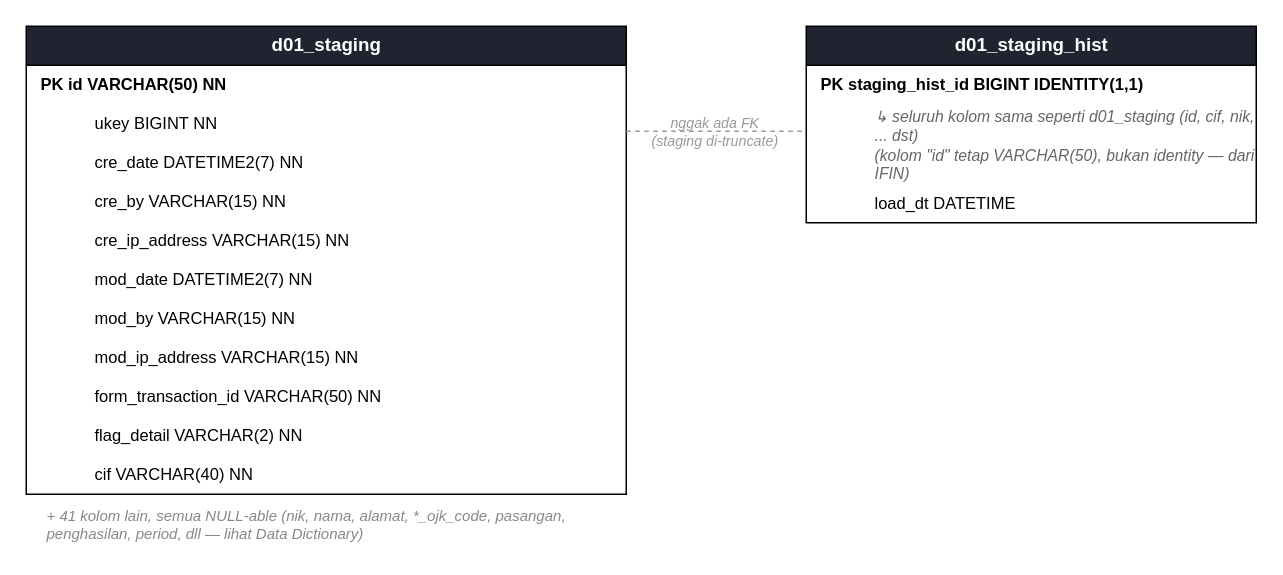
Before: diagrams/slik-erd-crowsfoot.drawio in mcellina/flow_process_1, a draw.io diagram. Source tidied: cells renumbered, new cells numbered last; positions are measured from the earlier drawing's top-left corner, leaving out a move shared by most shapes. Both pictures are drawn from the tidied source at 150%, with x=0, y=0 at pixel (26, 26).
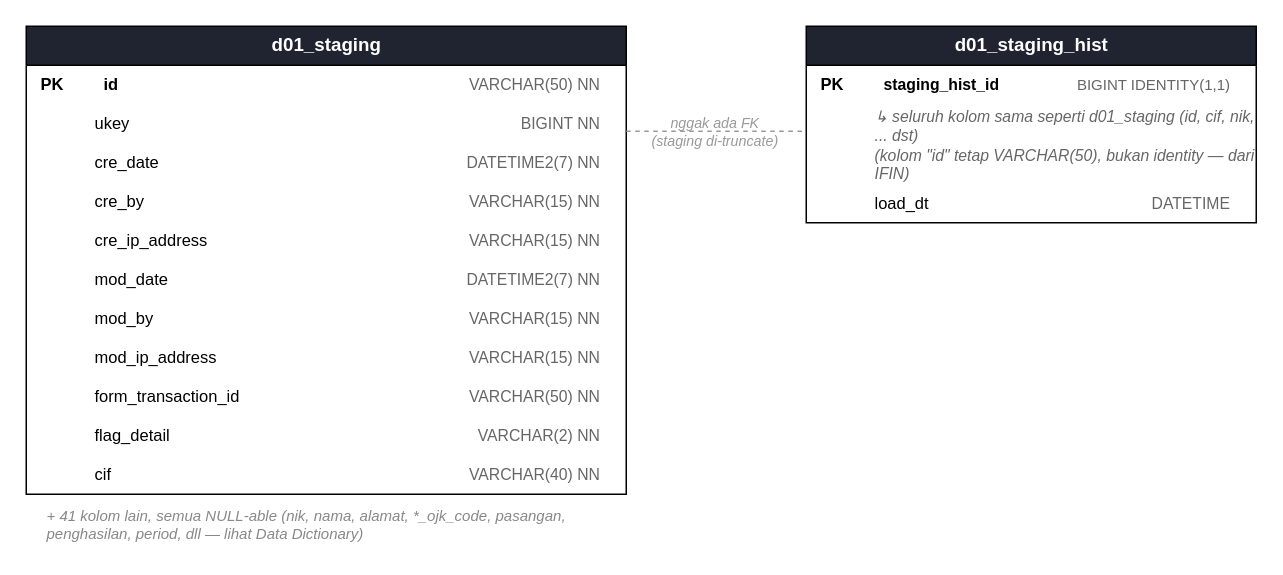
After the change.

Commit message:
Split name/type into separate cells for real right-alignment

Padding a single text string with spaces only lines up in a
monospace font; draw.io's default font isn't monospace, so it
drifted. Each row is now two (or three, with a PK label) separate
cells so the type column right-aligns properly regardless of font.

Claude-Session: https://claude.ai/code/session_014C9kGdJkWi39x56LKuje1F

The change refers to these unchanged cells:
```xml
<mxCell id="2" value="d01_staging" style="swimlane;html=1;fontStyle=1;fontColor=#ffffff;fillColor=#1f2430;swimlaneFillColor=#ffffff;fontSize=12.5;align=center;startSize=26;" parent="1" vertex="1">
  <mxGeometry width="400" height="312" as="geometry" />
</mxCell>
<mxCell id="15" value="d01_staging_hist" style="swimlane;html=1;fontStyle=1;fontColor=#ffffff;fillColor=#1f2430;swimlaneFillColor=#ffffff;fontSize=12.5;align=center;startSize=26;" parent="1" vertex="1">
  <mxGeometry x="520" width="300" height="131" as="geometry" />
</mxCell>
```

Change to the diagram source:
```diff
@@
-    <mxCell id="3" value="PK   id                                                  VARCHAR(50) NN" style="text;html=1;align=left;verticalAlign=middle;fontSize=11;fontStyle=1;spacingLeft=8;" parent="2" vertex="1">
-      <mxGeometry y="26" width="400" height="26" as="geometry" />
-    </mxCell>
-    <mxCell id="4" value="ukey                                                            BIGINT NN" style="text;html=1;align=left;verticalAlign=middle;fontSize=11;spacingLeft=44;" parent="2" vertex="1">
-      <mxGeometry y="52" width="400" height="26" as="geometry" />
-    </mxCell>
-    <mxCell id="5" value="cre_date                                              DATETIME2(7) NN" style="text;html=1;align=left;verticalAlign=middle;fontSize=11;spacingLeft=44;" parent="2" vertex="1">
-      <mxGeometry y="78" width="400" height="26" as="geometry" />
-    </mxCell>
-    <mxCell id="6" value="cre_by                                                     VARCHAR(15) NN" style="text;html=1;align=left;verticalAlign=middle;fontSize=11;spacingLeft=44;" parent="2" vertex="1">
-      <mxGeometry y="104" width="400" height="26" as="geometry" />
-    </mxCell>
-    <mxCell id="7" value="cre_ip_address                                        VARCHAR(15) NN" style="text;html=1;align=left;verticalAlign=middle;fontSize=11;spacingLeft=44;" parent="2" vertex="1">
-      <mxGeometry y="130" width="400" height="26" as="geometry" />
-    </mxCell>
-    <mxCell id="8" value="mod_date                                             DATETIME2(7) NN" style="text;html=1;align=left;verticalAlign=middle;fontSize=11;spacingLeft=44;" parent="2" vertex="1">
-      <mxGeometry y="156" width="400" height="26" as="geometry" />
-    </mxCell>
-    <mxCell id="9" value="mod_by                                                    VARCHAR(15) NN" style="text;html=1;align=left;verticalAlign=middle;fontSize=11;spacingLeft=44;" parent="2" vertex="1">
-      <mxGeometry y="182" width="400" height="26" as="geometry" />
-    </mxCell>
-    <mxCell id="10" value="mod_ip_address                                       VARCHAR(15) NN" style="text;html=1;align=left;verticalAlign=middle;fontSize=11;spacingLeft=44;" parent="2" vertex="1">
-      <mxGeometry y="208" width="400" height="26" as="geometry" />
-    </mxCell>
-    <mxCell id="11" value="form_transaction_id                              VARCHAR(50) NN" style="text;html=1;align=left;verticalAlign=middle;fontSize=11;spacingLeft=44;" parent="2" vertex="1">
-      <mxGeometry y="234" width="400" height="26" as="geometry" />
-    </mxCell>
-    <mxCell id="12" value="flag_detail                                                  VARCHAR(2) NN" style="text;html=1;align=left;verticalAlign=middle;fontSize=11;spacingLeft=44;" parent="2" vertex="1">
-      <mxGeometry y="260" width="400" height="26" as="geometry" />
-    </mxCell>
-    <mxCell id="13" value="cif                                                       VARCHAR(40) NN" style="text;html=1;align=left;verticalAlign=middle;fontSize=11;spacingLeft=44;" parent="2" vertex="1">
-      <mxGeometry y="286" width="400" height="26" as="geometry" />
-    </mxCell>
+    <mxCell id="21" value="PK" style="text;html=1;align=left;verticalAlign=middle;fontSize=11;fontStyle=1;spacingLeft=8;" parent="2" vertex="1">
+      <mxGeometry y="26" width="36" height="26" as="geometry" />
+    </mxCell>
+    <mxCell id="22" value="id" style="text;html=1;align=left;verticalAlign=middle;fontSize=11;fontStyle=1;spacingLeft=6;" parent="2" vertex="1">
+      <mxGeometry x="44" y="26" width="250" height="26" as="geometry" />
+    </mxCell>
+    <mxCell id="23" value="VARCHAR(50) NN" style="text;html=1;align=right;verticalAlign=middle;fontSize=10.5;fontColor=#666666;spacingRight=8;" parent="2" vertex="1">
+      <mxGeometry x="294" y="26" width="98" height="26" as="geometry" />
+    </mxCell>
+    <mxCell id="24" value="ukey" style="text;html=1;align=left;verticalAlign=middle;fontSize=11;spacingLeft=44;" parent="2" vertex="1">
+      <mxGeometry y="52" width="250" height="26" as="geometry" />
+    </mxCell>
+    <mxCell id="25" value="BIGINT NN" style="text;html=1;align=right;verticalAlign=middle;fontSize=10.5;fontColor=#666666;spacingRight=8;" parent="2" vertex="1">
+      <mxGeometry x="294" y="52" width="98" height="26" as="geometry" />
+    </mxCell>
+    <mxCell id="26" value="cre_date" style="text;html=1;align=left;verticalAlign=middle;fontSize=11;spacingLeft=44;" parent="2" vertex="1">
+      <mxGeometry y="78" width="250" height="26" as="geometry" />
+    </mxCell>
+    <mxCell id="27" value="DATETIME2(7) NN" style="text;html=1;align=right;verticalAlign=middle;fontSize=10.5;fontColor=#666666;spacingRight=8;" parent="2" vertex="1">
+      <mxGeometry x="294" y="78" width="98" height="26" as="geometry" />
+    </mxCell>
+    <mxCell id="28" value="cre_by" style="text;html=1;align=left;verticalAlign=middle;fontSize=11;spacingLeft=44;" parent="2" vertex="1">
+      <mxGeometry y="104" width="250" height="26" as="geometry" />
+    </mxCell>
+    <mxCell id="29" value="VARCHAR(15) NN" style="text;html=1;align=right;verticalAlign=middle;fontSize=10.5;fontColor=#666666;spacingRight=8;" parent="2" vertex="1">
+      <mxGeometry x="294" y="104" width="98" height="26" as="geometry" />
+    </mxCell>
+    <mxCell id="30" value="cre_ip_address" style="text;html=1;align=left;verticalAlign=middle;fontSize=11;spacingLeft=44;" parent="2" vertex="1">
+      <mxGeometry y="130" width="250" height="26" as="geometry" />
+    </mxCell>
+    <mxCell id="31" value="VARCHAR(15) NN" style="text;html=1;align=right;verticalAlign=middle;fontSize=10.5;fontColor=#666666;spacingRight=8;" parent="2" vertex="1">
+      <mxGeometry x="294" y="130" width="98" height="26" as="geometry" />
+    </mxCell>
+    <mxCell id="32" value="mod_date" style="text;html=1;align=left;verticalAlign=middle;fontSize=11;spacingLeft=44;" parent="2" vertex="1">
+      <mxGeometry y="156" width="250" height="26" as="geometry" />
+    </mxCell>
+    <mxCell id="33" value="DATETIME2(7) NN" style="text;html=1;align=right;verticalAlign=middle;fontSize=10.5;fontColor=#666666;spacingRight=8;" parent="2" vertex="1">
+      <mxGeometry x="294" y="156" width="98" height="26" as="geometry" />
+    </mxCell>
+    <mxCell id="34" value="mod_by" style="text;html=1;align=left;verticalAlign=middle;fontSize=11;spacingLeft=44;" parent="2" vertex="1">
+      <mxGeometry y="182" width="250" height="26" as="geometry" />
+    </mxCell>
+    <mxCell id="35" value="VARCHAR(15) NN" style="text;html=1;align=right;verticalAlign=middle;fontSize=10.5;fontColor=#666666;spacingRight=8;" parent="2" vertex="1">
+      <mxGeometry x="294" y="182" width="98" height="26" as="geometry" />
+    </mxCell>
+    <mxCell id="36" value="mod_ip_address" style="text;html=1;align=left;verticalAlign=middle;fontSize=11;spacingLeft=44;" parent="2" vertex="1">
+      <mxGeometry y="208" width="250" height="26" as="geometry" />
+    </mxCell>
+    <mxCell id="37" value="VARCHAR(15) NN" style="text;html=1;align=right;verticalAlign=middle;fontSize=10.5;fontColor=#666666;spacingRight=8;" parent="2" vertex="1">
+      <mxGeometry x="294" y="208" width="98" height="26" as="geometry" />
+    </mxCell>
+    <mxCell id="38" value="form_transaction_id" style="text;html=1;align=left;verticalAlign=middle;fontSize=11;spacingLeft=44;" parent="2" vertex="1">
+      <mxGeometry y="234" width="250" height="26" as="geometry" />
+    </mxCell>
+    <mxCell id="39" value="VARCHAR(50) NN" style="text;html=1;align=right;verticalAlign=middle;fontSize=10.5;fontColor=#666666;spacingRight=8;" parent="2" vertex="1">
+      <mxGeometry x="294" y="234" width="98" height="26" as="geometry" />
+    </mxCell>
+    <mxCell id="40" value="flag_detail" style="text;html=1;align=left;verticalAlign=middle;fontSize=11;spacingLeft=44;" parent="2" vertex="1">
+      <mxGeometry y="260" width="250" height="26" as="geometry" />
+    </mxCell>
+    <mxCell id="41" value="VARCHAR(2) NN" style="text;html=1;align=right;verticalAlign=middle;fontSize=10.5;fontColor=#666666;spacingRight=8;" parent="2" vertex="1">
+      <mxGeometry x="294" y="260" width="98" height="26" as="geometry" />
+    </mxCell>
+    <mxCell id="42" value="cif" style="text;html=1;align=left;verticalAlign=middle;fontSize=11;spacingLeft=44;" parent="2" vertex="1">
+      <mxGeometry y="286" width="250" height="26" as="geometry" />
+    </mxCell>
+    <mxCell id="43" value="VARCHAR(40) NN" style="text;html=1;align=right;verticalAlign=middle;fontSize=10.5;fontColor=#666666;spacingRight=8;" parent="2" vertex="1">
+      <mxGeometry x="294" y="286" width="98" height="26" as="geometry" />
+    </mxCell>
@@
-    <mxCell id="16" value="PK   staging_hist_id          BIGINT IDENTITY(1,1)" style="text;html=1;align=left;verticalAlign=middle;fontSize=11;fontStyle=1;spacingLeft=8;" parent="15" vertex="1">
-      <mxGeometry y="26" width="300" height="26" as="geometry" />
-    </mxCell>
+    <mxCell id="44" value="PK" style="text;html=1;align=left;verticalAlign=middle;fontSize=11;fontStyle=1;spacingLeft=8;" parent="15" vertex="1">
+      <mxGeometry y="26" width="36" height="26" as="geometry" />
+    </mxCell>
+    <mxCell id="45" value="staging_hist_id" style="text;html=1;align=left;verticalAlign=middle;fontSize=10.5;fontStyle=1;spacingLeft=6;" parent="15" vertex="1">
+      <mxGeometry x="44" y="26" width="140" height="26" as="geometry" />
+    </mxCell>
+    <mxCell id="46" value="BIGINT IDENTITY(1,1)" style="text;html=1;align=right;verticalAlign=middle;fontSize=10;fontColor=#666666;spacingRight=8;" parent="15" vertex="1">
+      <mxGeometry x="184" y="26" width="108" height="26" as="geometry" />
+    </mxCell>
@@
-    <mxCell id="18" value="load_dt                                                    DATETIME" style="text;html=1;align=left;verticalAlign=middle;fontSize=11;spacingLeft=44;" parent="15" vertex="1">
-      <mxGeometry y="105" width="300" height="26" as="geometry" />
-    </mxCell>
+    <mxCell id="47" value="load_dt" style="text;html=1;align=left;verticalAlign=middle;fontSize=11;spacingLeft=44;" parent="15" vertex="1">
+      <mxGeometry y="105" width="140" height="26" as="geometry" />
+    </mxCell>
+    <mxCell id="48" value="DATETIME" style="text;html=1;align=right;verticalAlign=middle;fontSize=10.5;fontColor=#666666;spacingRight=8;" parent="15" vertex="1">
+      <mxGeometry x="184" y="105" width="108" height="26" as="geometry" />
+    </mxCell>
```
